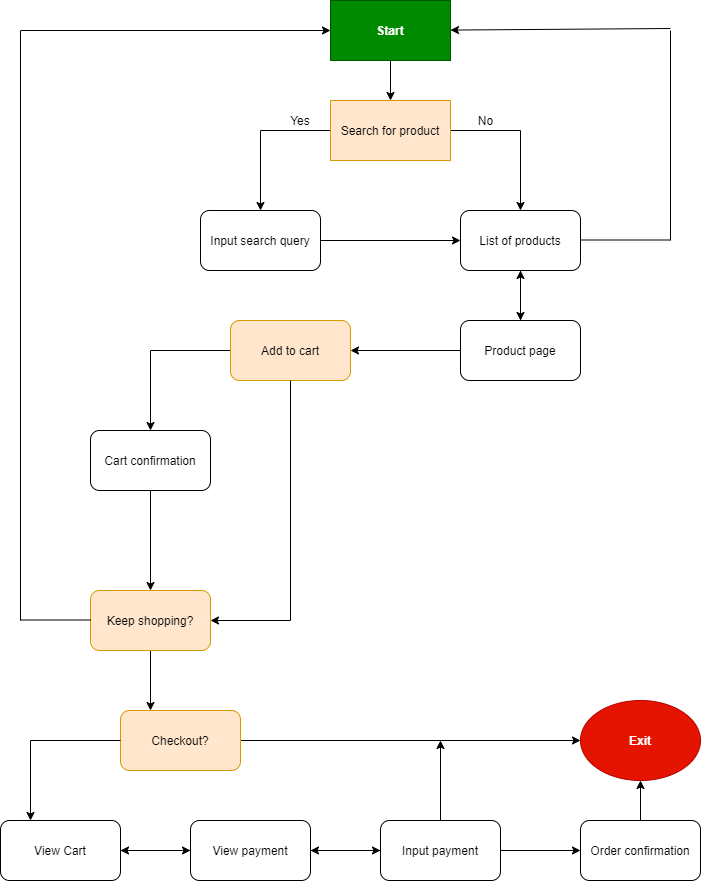
This is explore/diagramming/diagram.drawio.png from phamavery/fa21-cse110-lab4, a draw.io export, as it was before one commit. Source tidied: cells renumbered, new cells last; positions are measured from the earlier drawing's top-left corner, leaving out a move shared by most shapes.
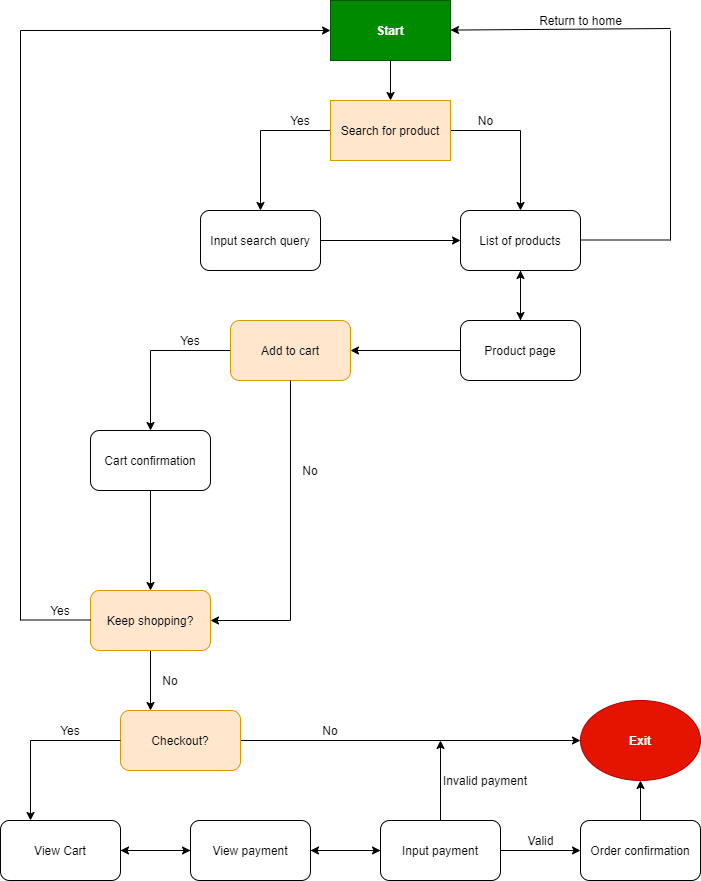
The same diagram one commit later.

Commit message:
Fix font not showing up

Change to the diagram source:
```diff
@@ -63,7 +63,7 @@
     <mxCell id="18" value="No" style="text;html=1;align=center;verticalAlign=middle;strokeColor=none;fontColor=#000000;" parent="1" vertex="1">
       <mxGeometry x="470" y="110" width="30" height="20" as="geometry" />
     </mxCell>
-    <mxCell id="19" value="Return to home" style="text;html=1;align=center;verticalAlign=middle;strokeColor=none;fontColor=#FFFFFF;" parent="1" vertex="1">
+    <mxCell id="19" value="Return to home" style="text;html=1;align=center;verticalAlign=middle;strokeColor=none;fontColor=#000000;" parent="1" vertex="1">
       <mxGeometry x="530" y="10" width="100" height="20" as="geometry" />
     </mxCell>
     <mxCell id="20" style="edgeStyle=orthogonalEdgeStyle;rounded=0;jettySize=auto;html=1;entryX=0.5;entryY=0;entryDx=0;entryDy=0;" parent="1" edge="1" source="21" target="23">
@@ -101,10 +101,10 @@
         <mxPoint x="20" y="30" as="sourcePoint" />
       </mxGeometry>
     </mxCell>
-    <mxCell id="29" value="Yes" style="text;html=1;strokeColor=none;fillColor=none;align=center;verticalAlign=middle;whiteSpace=wrap;rounded=0;fontColor=#FFFFFF;" parent="1" vertex="1">
+    <mxCell id="29" value="Yes" style="text;html=1;strokeColor=none;fillColor=none;align=center;verticalAlign=middle;whiteSpace=wrap;rounded=0;fontColor=#000000;" parent="1" vertex="1">
       <mxGeometry x="40" y="600" width="40" height="20" as="geometry" />
     </mxCell>
-    <mxCell id="30" value="Yes" style="text;html=1;strokeColor=none;fillColor=none;align=center;verticalAlign=middle;whiteSpace=wrap;rounded=0;fontColor=#FFFFFF;" parent="1" vertex="1">
+    <mxCell id="30" value="Yes" style="text;html=1;strokeColor=none;fillColor=none;align=center;verticalAlign=middle;whiteSpace=wrap;rounded=0;fontColor=#000000;" parent="1" vertex="1">
       <mxGeometry x="170" y="330" width="40" height="20" as="geometry" />
     </mxCell>
     <mxCell id="31" style="endArrow=none;html=1;" parent="1" edge="1">
@@ -118,7 +118,7 @@
         <mxPoint x="290" y="620" as="sourcePoint" />
       </mxGeometry>
     </mxCell>
-    <mxCell id="33" value="No" style="text;html=1;strokeColor=none;fillColor=none;align=center;verticalAlign=middle;whiteSpace=wrap;rounded=0;fontColor=#FFFFFF;" parent="1" vertex="1">
+    <mxCell id="33" value="No" style="text;html=1;strokeColor=none;fillColor=none;align=center;verticalAlign=middle;whiteSpace=wrap;rounded=0;fontColor=#000000;" parent="1" vertex="1">
       <mxGeometry x="290" y="460" width="40" height="20" as="geometry" />
     </mxCell>
     <mxCell id="34" style="edgeStyle=orthogonalEdgeStyle;rounded=0;jettySize=auto;html=1;" parent="1" edge="1" source="35" target="37">
@@ -127,13 +127,13 @@
     <mxCell id="35" value="Checkout?" style="rounded=1;whiteSpace=wrap;html=1;fillColor=#ffe6cc;strokeColor=#d79b00;fontColor=#000000;" parent="1" vertex="1">
       <mxGeometry x="120" y="710" width="120" height="60" as="geometry" />
     </mxCell>
-    <mxCell id="36" value="No" style="text;html=1;strokeColor=none;fillColor=none;align=center;verticalAlign=middle;whiteSpace=wrap;rounded=0;fontColor=#FFFFFF;" parent="1" vertex="1">
+    <mxCell id="36" value="No" style="text;html=1;strokeColor=none;fillColor=none;align=center;verticalAlign=middle;whiteSpace=wrap;rounded=0;fontColor=#000000;" parent="1" vertex="1">
       <mxGeometry x="150" y="670" width="40" height="20" as="geometry" />
     </mxCell>
     <mxCell id="37" value="Exit" style="ellipse;whiteSpace=wrap;html=1;fillColor=#e51400;strokeColor=#B20000;fontColor=#ffffff;fontStyle=1;" parent="1" vertex="1">
       <mxGeometry x="580" y="700" width="120" height="80" as="geometry" />
     </mxCell>
-    <mxCell id="38" value="No" style="text;html=1;strokeColor=none;fillColor=none;align=center;verticalAlign=middle;whiteSpace=wrap;rounded=0;fontColor=#FFFFFF;" parent="1" vertex="1">
+    <mxCell id="38" value="No" style="text;html=1;strokeColor=none;fillColor=none;align=center;verticalAlign=middle;whiteSpace=wrap;rounded=0;fontColor=#000000;" parent="1" vertex="1">
       <mxGeometry x="310" y="720" width="40" height="20" as="geometry" />
     </mxCell>
     <mxCell id="39" style="edgeStyle=orthogonalEdgeStyle;rounded=0;jettySize=auto;html=1;" parent="1" edge="1" source="40">
@@ -184,13 +184,13 @@
         <mxPoint x="30" y="740" as="sourcePoint" />
       </mxGeometry>
     </mxCell>
-    <mxCell id="52" value="Yes" style="text;html=1;strokeColor=none;fillColor=none;align=center;verticalAlign=middle;whiteSpace=wrap;rounded=0;fontColor=#FFFFFF;" parent="1" vertex="1">
+    <mxCell id="52" value="Yes" style="text;html=1;strokeColor=none;fillColor=none;align=center;verticalAlign=middle;whiteSpace=wrap;rounded=0;fontColor=#000000;" parent="1" vertex="1">
       <mxGeometry x="50" y="720" width="40" height="20" as="geometry" />
     </mxCell>
-    <mxCell id="53" value="&lt;font color=&quot;#ffffff&quot;&gt;Invalid payment&lt;/font&gt;" style="text;html=1;strokeColor=none;fillColor=none;align=center;verticalAlign=middle;whiteSpace=wrap;rounded=0;labelBackgroundColor=none;fontColor=#000000;" parent="1" vertex="1">
+    <mxCell id="53" value="&lt;font&gt;Invalid payment&lt;/font&gt;" style="text;html=1;strokeColor=none;fillColor=none;align=center;verticalAlign=middle;whiteSpace=wrap;rounded=0;labelBackgroundColor=none;fontColor=#000000;" parent="1" vertex="1">
       <mxGeometry x="440" y="770" width="90" height="20" as="geometry" />
     </mxCell>
-    <mxCell id="54" value="&lt;font color=&quot;#ffffff&quot;&gt;Valid&lt;/font&gt;" style="text;html=1;align=center;verticalAlign=middle;strokeColor=none;fontColor=#000000;" parent="1" vertex="1">
+    <mxCell id="54" value="&lt;font&gt;Valid&lt;/font&gt;" style="text;html=1;align=center;verticalAlign=middle;strokeColor=none;fontColor=#000000;" parent="1" vertex="1">
       <mxGeometry x="520" y="830" width="40" height="20" as="geometry" />
     </mxCell>
   </root>
```
